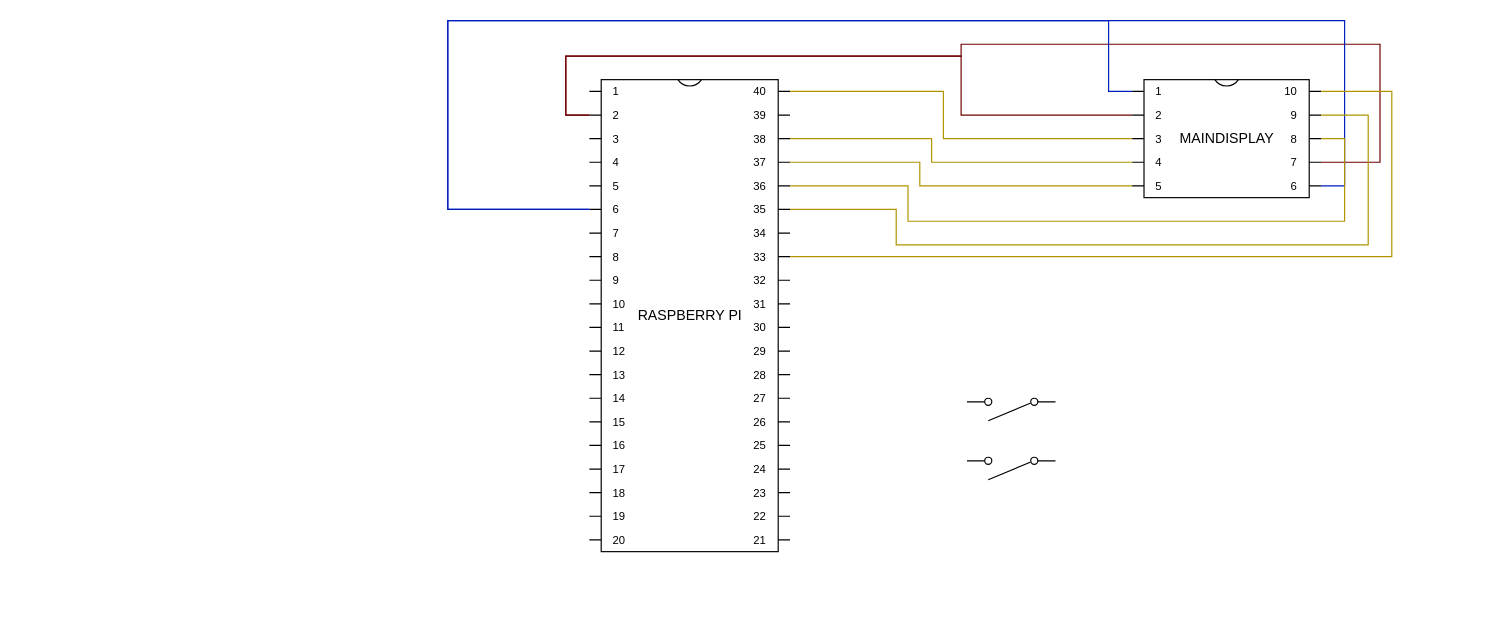
The draw.io diagram page "ALL" (2 of 2) of drowio/circuit.dio in Rark7040/Tetris, before the edit. Source tidied: cells renumbered, new cells numbered last; positions are measured from the earlier drawing's top-left corner, leaving out a move shared by most shapes. Both pictures are drawn from the tidied source at 118%, with x=0, y=0 at pixel (447, 20).
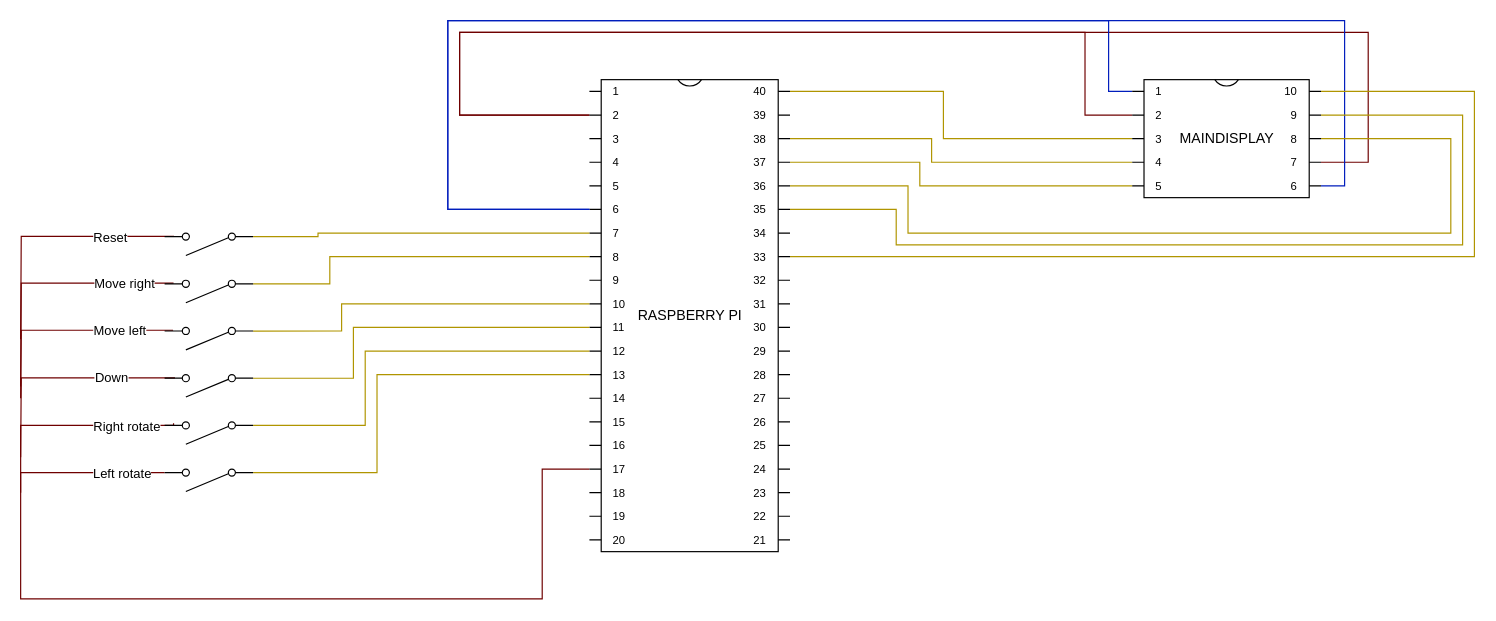
After the change.

Commit message:
全体図の更新

Unchanged cells that the change refers to:
```xml
<mxCell id="4" value="RASPBERRY PI" style="shadow=0;dashed=0;align=center;html=1;strokeWidth=1;shape=mxgraph.electrical.logic_gates.dual_inline_ic;labelNames=a,b,c,d,e,f,g,h,i,j,k,l,m,n,o,p,q,r,s,t;" parent="1" vertex="1">
  <mxGeometry x="120" y="50" width="170" height="400" as="geometry" />
</mxCell>
<mxCell id="13" value="MAINDISPLAY" style="shadow=0;dashed=0;align=center;html=1;strokeWidth=1;shape=mxgraph.electrical.logic_gates.dual_inline_ic;labelNames=a,b,c,d,e,f,g,h,i,j,k,l,m,n,o,p,q,r,s,t;" parent="1" vertex="1">
  <mxGeometry x="580" y="50" width="160" height="100" as="geometry" />
</mxCell>
```

What changed in the source:
```diff
@@
     <mxCell id="2" style="edgeStyle=orthogonalEdgeStyle;rounded=0;jettySize=auto;html=1;exitX=0;exitY=0;exitDx=0;exitDy=30;exitPerimeter=0;entryX=0;entryY=0;entryDx=0;entryDy=30;entryPerimeter=0;endArrow=none;endFill=0;fillColor=#a20025;strokeColor=#6F0000;" parent="1" edge="1" source="4" target="13">
-      <mxGeometry relative="1" as="geometry" />
+      <mxGeometry relative="1" as="geometry">
+        <Array as="points">
+          <mxPoint x="10" y="80" />
+          <mxPoint x="10" y="10" />
+          <mxPoint x="540" y="10" />
+          <mxPoint x="540" y="80" />
+        </Array>
+      </mxGeometry>
     </mxCell>
     <mxCell id="3" style="edgeStyle=orthogonalEdgeStyle;rounded=0;jettySize=auto;html=1;exitX=0;exitY=0;exitDx=0;exitDy=30;exitPerimeter=0;entryX=1;entryY=0;entryDx=0;entryDy=70;entryPerimeter=0;endArrow=none;endFill=0;fillColor=#a20025;strokeColor=#6F0000;" parent="1" edge="1" source="4" target="13">
       <mxGeometry relative="1" as="geometry">
         <Array as="points">
-          <mxPoint x="100" y="80" />
-          <mxPoint x="100" y="30" />
-          <mxPoint x="435" y="30" />
-          <mxPoint x="435" y="20" />
-          <mxPoint x="790" y="20" />
-          <mxPoint x="790" y="120" />
+          <mxPoint x="10" y="80" />
+          <mxPoint x="10" y="10" />
+          <mxPoint x="780" y="10" />
+          <mxPoint x="780" y="120" />
         </Array>
       </mxGeometry>
     </mxCell>
+    <mxCell id="16" style="edgeStyle=orthogonalEdgeStyle;rounded=0;jettySize=auto;html=1;exitX=0;exitY=0;exitDx=0;exitDy=330;exitPerimeter=0;endArrow=none;endFill=0;entryX=1;entryY=0.84;entryDx=0;entryDy=0;entryPerimeter=0;fillColor=#a20025;strokeColor=#6F0000;" parent="1" edge="1" source="4" target="15">
+      <mxGeometry relative="1" as="geometry">
+        <Array as="points">
+          <mxPoint x="80" y="380" />
+          <mxPoint x="80" y="490" />
+          <mxPoint x="-362" y="490" />
+          <mxPoint x="-362" y="383" />
+        </Array>
+      </mxGeometry>
+    </mxCell>
+    <mxCell id="17" value="Left rotate" style="edgeLabel;html=1;align=center;verticalAlign=middle;" parent="16" vertex="1">
+      <mxGeometry x="0.91" relative="1" as="geometry">
+        <mxPoint x="1" as="offset" />
+      </mxGeometry>
+    </mxCell>
@@
     <mxCell id="10" style="edgeStyle=orthogonalEdgeStyle;rounded=0;jettySize=auto;html=1;exitX=1;exitY=0;exitDx=0;exitDy=50;exitPerimeter=0;entryX=1;entryY=0;entryDx=0;entryDy=90;entryPerimeter=0;endArrow=none;endFill=0;fillColor=#e3c800;strokeColor=#B09500;" parent="1" edge="1" source="13" target="4">
       <mxGeometry relative="1" as="geometry">
         <Array as="points">
-          <mxPoint x="760" y="100" />
-          <mxPoint x="760" y="170" />
-          <mxPoint x="390" y="170" />
+          <mxPoint x="850" y="100" />
+          <mxPoint x="850" y="180" />
+          <mxPoint x="390" y="180" />
           <mxPoint x="390" y="140" />
         </Array>
       </mxGeometry>
     </mxCell>
     <mxCell id="11" style="edgeStyle=orthogonalEdgeStyle;rounded=0;jettySize=auto;html=1;exitX=1;exitY=0;exitDx=0;exitDy=30;exitPerimeter=0;entryX=1;entryY=0;entryDx=0;entryDy=110;entryPerimeter=0;endArrow=none;endFill=0;fillColor=#e3c800;strokeColor=#B09500;" parent="1" edge="1" source="13" target="4">
       <mxGeometry relative="1" as="geometry">
         <Array as="points">
-          <mxPoint x="780" y="80" />
-          <mxPoint x="780" y="190" />
+          <mxPoint x="860" y="80" />
+          <mxPoint x="860" y="190" />
           <mxPoint x="380" y="190" />
           <mxPoint x="380" y="160" />
         </Array>
       </mxGeometry>
     </mxCell>
     <mxCell id="12" style="edgeStyle=orthogonalEdgeStyle;rounded=0;jettySize=auto;html=1;exitX=1;exitY=0;exitDx=0;exitDy=10;exitPerimeter=0;entryX=1;entryY=0;entryDx=0;entryDy=150;entryPerimeter=0;endArrow=none;endFill=0;fillColor=#e3c800;strokeColor=#B09500;" parent="1" edge="1" source="13" target="4">
       <mxGeometry relative="1" as="geometry">
         <Array as="points">
-          <mxPoint x="800" y="60" />
-          <mxPoint x="800" y="200" />
+          <mxPoint x="870" y="60" />
+          <mxPoint x="870" y="200" />
         </Array>
       </mxGeometry>
     </mxCell>
@@
+    <mxCell id="18" style="edgeStyle=orthogonalEdgeStyle;rounded=0;jettySize=auto;html=1;endArrow=none;endFill=0;exitX=0.899;exitY=0.937;exitDx=0;exitDy=0;exitPerimeter=0;fillColor=#a20025;strokeColor=#6F0000;" parent="1" edge="1" source="14">
+      <mxGeometry relative="1" as="geometry">
+        <mxPoint x="-362" y="400" as="targetPoint" />
+        <Array as="points">
+          <mxPoint x="-232" y="343" />
+          <mxPoint x="-362" y="343" />
+        </Array>
+      </mxGeometry>
+    </mxCell>
+    <mxCell id="19" value="Right rotate" style="edgeLabel;html=1;align=center;verticalAlign=middle;" parent="18" vertex="1">
+      <mxGeometry x="-0.49" relative="1" as="geometry">
+        <mxPoint x="6" as="offset" />
+      </mxGeometry>
+    </mxCell>
+    <mxCell id="20" style="edgeStyle=orthogonalEdgeStyle;rounded=0;jettySize=auto;html=1;exitX=0;exitY=0.84;exitDx=0;exitDy=0;exitPerimeter=0;entryX=0;entryY=0;entryDx=0;entryDy=230;entryPerimeter=0;endArrow=none;endFill=0;fillColor=#e3c800;strokeColor=#B09500;" parent="1" edge="1" source="14" target="4">
+      <mxGeometry relative="1" as="geometry">
+        <Array as="points">
+          <mxPoint x="-70" y="343" />
+          <mxPoint x="-70" y="280" />
+        </Array>
+      </mxGeometry>
+    </mxCell>
     <mxCell id="14" style="verticalLabelPosition=bottom;shadow=0;dashed=0;align=center;html=1;verticalAlign=top;shape=mxgraph.electrical.electro-mechanical.simple_switch;direction=west;" parent="1" vertex="1">
-      <mxGeometry x="440" y="320" width="75" height="19" as="geometry" />
+      <mxGeometry x="-240" y="340" width="75" height="19" as="geometry" />
     </mxCell>
+    <mxCell id="21" style="edgeStyle=orthogonalEdgeStyle;rounded=0;jettySize=auto;html=1;exitX=0;exitY=0.84;exitDx=0;exitDy=0;exitPerimeter=0;entryX=0;entryY=0;entryDx=0;entryDy=250;entryPerimeter=0;endArrow=none;endFill=0;fillColor=#e3c800;strokeColor=#B09500;" parent="1" edge="1" source="15" target="4">
+      <mxGeometry relative="1" as="geometry">
+        <Array as="points">
+          <mxPoint x="-60" y="383" />
+          <mxPoint x="-60" y="300" />
+        </Array>
+      </mxGeometry>
+    </mxCell>
     <mxCell id="15" style="verticalLabelPosition=bottom;shadow=0;dashed=0;align=center;html=1;verticalAlign=top;shape=mxgraph.electrical.electro-mechanical.simple_switch;direction=west;" parent="1" vertex="1">
-      <mxGeometry x="440" y="370" width="75" height="19" as="geometry" />
+      <mxGeometry x="-240" y="380" width="75" height="19" as="geometry" />
     </mxCell>
+    <mxCell id="22" style="edgeStyle=orthogonalEdgeStyle;rounded=0;jettySize=auto;html=1;exitX=0.883;exitY=0.853;exitDx=0;exitDy=0;exitPerimeter=0;endArrow=none;endFill=0;fillColor=#a20025;strokeColor=#6F0000;" parent="1" edge="1" source="25">
+      <mxGeometry relative="1" as="geometry">
+        <mxPoint x="-362" y="370" as="targetPoint" />
+      </mxGeometry>
+    </mxCell>
+    <mxCell id="23" value="Down" style="edgeLabel;html=1;align=center;verticalAlign=middle;" parent="22" vertex="1">
+      <mxGeometry x="-0.54" relative="1" as="geometry">
+        <mxPoint x="-9" as="offset" />
+      </mxGeometry>
+    </mxCell>
+    <mxCell id="24" style="edgeStyle=orthogonalEdgeStyle;rounded=0;jettySize=auto;html=1;exitX=0;exitY=0.84;exitDx=0;exitDy=0;exitPerimeter=0;entryX=0;entryY=0;entryDx=0;entryDy=210;entryPerimeter=0;endArrow=none;endFill=0;fillColor=#e3c800;strokeColor=#B09500;" parent="1" edge="1" source="25" target="4">
+      <mxGeometry relative="1" as="geometry">
+        <Array as="points">
+          <mxPoint x="-80" y="303" />
+          <mxPoint x="-80" y="260" />
+        </Array>
+      </mxGeometry>
+    </mxCell>
+    <mxCell id="25" style="verticalLabelPosition=bottom;shadow=0;dashed=0;align=center;html=1;verticalAlign=top;shape=mxgraph.electrical.electro-mechanical.simple_switch;direction=west;" parent="1" vertex="1">
+      <mxGeometry x="-240" y="300" width="75" height="19" as="geometry" />
+    </mxCell>
+    <mxCell id="26" style="edgeStyle=orthogonalEdgeStyle;rounded=0;jettySize=auto;html=1;exitX=0.904;exitY=0.874;exitDx=0;exitDy=0;exitPerimeter=0;endArrow=none;endFill=0;fillColor=#a20025;strokeColor=#6F0000;" parent="1" edge="1" source="29">
+      <mxGeometry relative="1" as="geometry">
+        <mxPoint x="-362" y="320" as="targetPoint" />
+      </mxGeometry>
+    </mxCell>
+    <mxCell id="27" value="Move left" style="edgeLabel;html=1;align=center;verticalAlign=middle;" parent="26" vertex="1">
+      <mxGeometry x="-0.41" relative="1" as="geometry">
+        <mxPoint x="9" as="offset" />
+      </mxGeometry>
+    </mxCell>
+    <mxCell id="28" style="edgeStyle=orthogonalEdgeStyle;rounded=0;jettySize=auto;html=1;exitX=0;exitY=0.84;exitDx=0;exitDy=0;exitPerimeter=0;entryX=0;entryY=0;entryDx=0;entryDy=190;entryPerimeter=0;endArrow=none;endFill=0;fillColor=#e3c800;strokeColor=#B09500;" parent="1" edge="1" source="29" target="4">
+      <mxGeometry relative="1" as="geometry">
+        <Array as="points">
+          <mxPoint x="-90" y="263" />
+          <mxPoint x="-90" y="240" />
+        </Array>
+      </mxGeometry>
+    </mxCell>
+    <mxCell id="29" style="verticalLabelPosition=bottom;shadow=0;dashed=0;align=center;html=1;verticalAlign=top;shape=mxgraph.electrical.electro-mechanical.simple_switch;direction=west;" parent="1" vertex="1">
+      <mxGeometry x="-240" y="260" width="75" height="19" as="geometry" />
+    </mxCell>
+    <mxCell id="30" style="edgeStyle=orthogonalEdgeStyle;rounded=0;jettySize=auto;html=1;endArrow=none;endFill=0;fillColor=#a20025;strokeColor=#6F0000;exitX=0.899;exitY=0.874;exitDx=0;exitDy=0;exitPerimeter=0;" parent="1" edge="1" source="33">
+      <mxGeometry relative="1" as="geometry">
+        <mxPoint x="-362" y="310" as="targetPoint" />
+      </mxGeometry>
+    </mxCell>
+    <mxCell id="31" value="Move right" style="edgeLabel;html=1;align=center;verticalAlign=middle;" parent="30" vertex="1">
+      <mxGeometry x="-0.64" relative="1" as="geometry">
+        <mxPoint x="-3" as="offset" />
+      </mxGeometry>
+    </mxCell>
+    <mxCell id="32" style="edgeStyle=orthogonalEdgeStyle;rounded=0;jettySize=auto;html=1;exitX=0;exitY=0.84;exitDx=0;exitDy=0;exitPerimeter=0;entryX=0;entryY=0;entryDx=0;entryDy=150;entryPerimeter=0;endArrow=none;endFill=0;fillColor=#e3c800;strokeColor=#B09500;" parent="1" edge="1" source="33" target="4">
+      <mxGeometry relative="1" as="geometry">
+        <Array as="points">
+          <mxPoint x="-100" y="223" />
+          <mxPoint x="-100" y="200" />
+        </Array>
+      </mxGeometry>
+    </mxCell>
+    <mxCell id="33" style="verticalLabelPosition=bottom;shadow=0;dashed=0;align=center;html=1;verticalAlign=top;shape=mxgraph.electrical.electro-mechanical.simple_switch;direction=west;" parent="1" vertex="1">
+      <mxGeometry x="-240" y="220" width="75" height="19" as="geometry" />
+    </mxCell>
+    <mxCell id="34" style="edgeStyle=orthogonalEdgeStyle;rounded=0;jettySize=auto;html=1;exitX=0.893;exitY=0.853;exitDx=0;exitDy=0;exitPerimeter=0;endArrow=none;endFill=0;fillColor=#a20025;strokeColor=#6F0000;" parent="1" edge="1" source="37">
+      <mxGeometry relative="1" as="geometry">
+        <mxPoint x="-362" y="270" as="targetPoint" />
+      </mxGeometry>
+    </mxCell>
+    <mxCell id="35" value="Reset" style="edgeLabel;html=1;align=center;verticalAlign=middle;" parent="34" vertex="1">
+      <mxGeometry x="-0.46" y="1" relative="1" as="geometry">
+        <mxPoint x="4" as="offset" />
+      </mxGeometry>
+    </mxCell>
+    <mxCell id="36" style="edgeStyle=orthogonalEdgeStyle;rounded=0;jettySize=auto;html=1;exitX=0;exitY=0.84;exitDx=0;exitDy=0;exitPerimeter=0;entryX=0;entryY=0;entryDx=0;entryDy=130;entryPerimeter=0;endArrow=none;endFill=0;fillColor=#e3c800;strokeColor=#B09500;" parent="1" edge="1" source="37" target="4">
+      <mxGeometry relative="1" as="geometry">
+        <Array as="points">
+          <mxPoint x="-110" y="183" />
+          <mxPoint x="-110" y="180" />
+        </Array>
+      </mxGeometry>
+    </mxCell>
+    <mxCell id="37" style="verticalLabelPosition=bottom;shadow=0;dashed=0;align=center;html=1;verticalAlign=top;shape=mxgraph.electrical.electro-mechanical.simple_switch;direction=west;" parent="1" vertex="1">
+      <mxGeometry x="-240" y="180" width="75" height="19" as="geometry" />
+    </mxCell>
```
